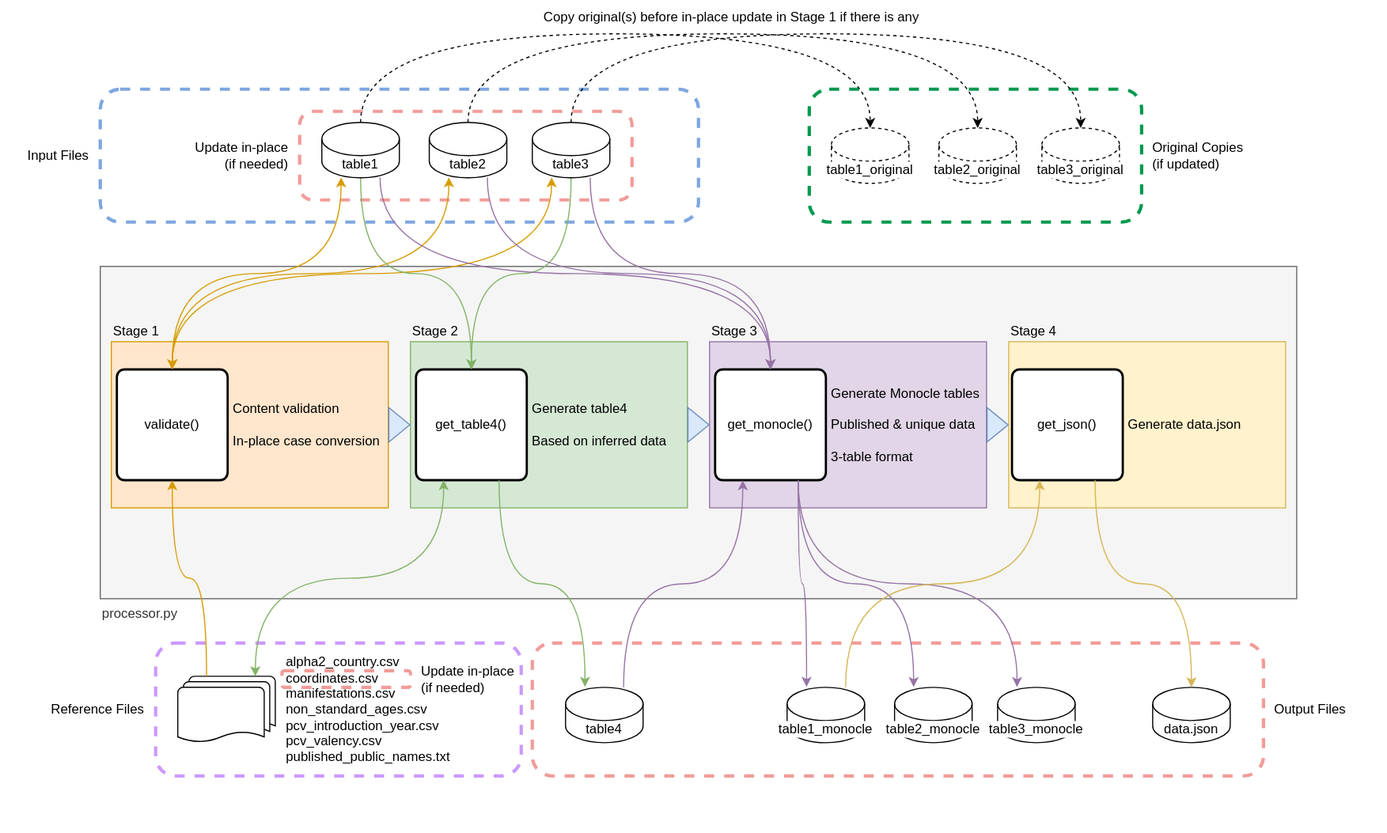
The draw.io diagram doc/workflow.drawio.svg in sanger-bentley-group/gps-database-processor, before a commit. Source tidied: cells renumbered, new cells last; positions are measured from the earlier drawing's top-left corner, leaving out a move shared by most shapes.
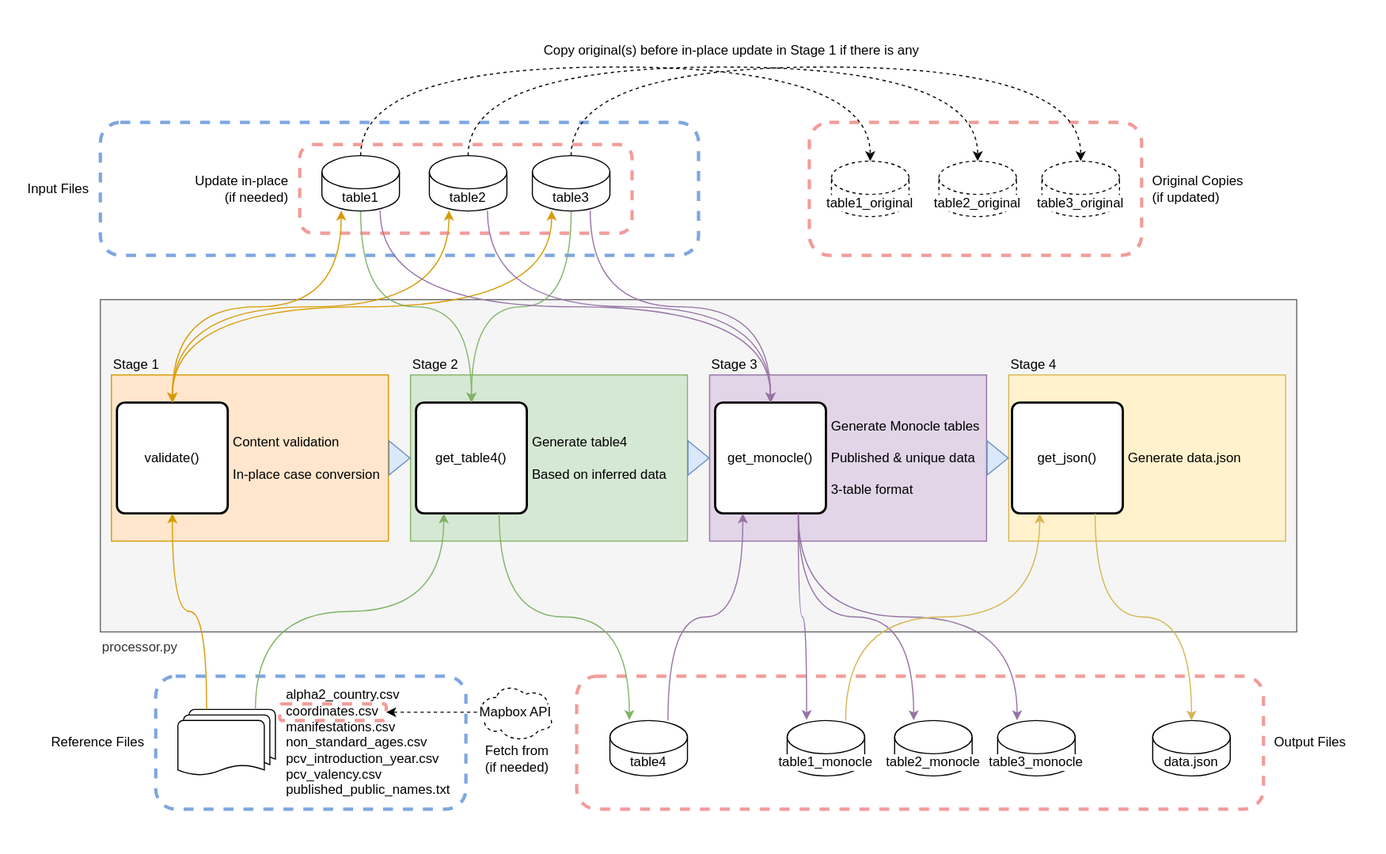
Above is the later version.

Change to the diagram source:
```diff
@@ -3,9 +3,9 @@
     <mxCell id="0" />
     <mxCell id="1" parent="0" />
     <mxCell id="2" style="rounded=0;whiteSpace=wrap;html=1;strokeColor=none;fillColor=default;" parent="1" vertex="1">
-      <mxGeometry width="1250" height="750" as="geometry" />
+      <mxGeometry y="-30" width="1250" height="770" as="geometry" />
     </mxCell>
-    <mxCell id="3" value="Original Copies&lt;br&gt;(if updated)" style="rounded=1;whiteSpace=wrap;html=1;labelBackgroundColor=default;fillStyle=auto;strokeColor=#00994D;fillColor=none;dashed=1;strokeWidth=3;labelPosition=right;verticalLabelPosition=middle;align=left;verticalAlign=middle;spacingLeft=0;spacingRight=0;spacing=10;" parent="1" vertex="1">
+    <mxCell id="3" value="Original Copies&lt;br&gt;(if updated)" style="rounded=1;whiteSpace=wrap;html=1;labelBackgroundColor=default;fillStyle=auto;strokeColor=#F19C99;fillColor=none;dashed=1;strokeWidth=3;labelPosition=right;verticalLabelPosition=middle;align=left;verticalAlign=middle;spacingLeft=0;spacingRight=0;spacing=10;" parent="1" vertex="1">
       <mxGeometry x="730" y="80" width="300" height="120" as="geometry" />
     </mxCell>
     <mxCell id="4" value="processor.py" style="fillColor=#f5f5f5;strokeColor=#666666;align=left;labelPosition=center;verticalLabelPosition=bottom;verticalAlign=top;fontColor=#333333;" parent="1" vertex="1">
@@ -60,7 +60,7 @@
       <mxGeometry x="108" y="47.5" width="142" height="55" as="geometry" />
     </mxCell>
     <mxCell id="21" value="Output Files" style="rounded=1;whiteSpace=wrap;html=1;labelBackgroundColor=default;fillStyle=auto;strokeColor=#F19C99;fillColor=none;dashed=1;strokeWidth=3;labelPosition=right;verticalLabelPosition=middle;align=left;verticalAlign=middle;spacingLeft=0;spacingRight=0;spacing=10;" parent="1" vertex="1">
-      <mxGeometry x="480" y="580" width="660" height="120" as="geometry" />
+      <mxGeometry x="520" y="580" width="620" height="120" as="geometry" />
     </mxCell>
     <mxCell id="22" value="Input Files" style="rounded=1;whiteSpace=wrap;html=1;labelBackgroundColor=default;fillStyle=auto;strokeColor=#7EA6E0;fillColor=none;dashed=1;strokeWidth=3;labelPosition=left;verticalLabelPosition=middle;align=right;verticalAlign=middle;spacingLeft=0;spacingRight=0;spacing=10;" parent="1" vertex="1">
       <mxGeometry x="90" y="80" width="540" height="120" as="geometry" />
@@ -84,7 +84,7 @@
       <mxGeometry relative="1" as="geometry" />
     </mxCell>
     <mxCell id="29" value="table4" style="shape=cylinder3;whiteSpace=wrap;html=1;boundedLbl=1;backgroundOutline=1;size=15;" parent="1" vertex="1">
-      <mxGeometry x="510" y="620" width="70" height="50" as="geometry" />
+      <mxGeometry x="550" y="620" width="70" height="50" as="geometry" />
     </mxCell>
     <mxCell id="30" style="endArrow=classic;html=1;rounded=0;curved=1;exitX=0.75;exitY=1;exitDx=0;exitDy=0;entryX=0.251;entryY=-0.008;entryDx=0;entryDy=0;entryPerimeter=0;edgeStyle=orthogonalEdgeStyle;fillColor=#d5e8d4;strokeColor=#82b366;" parent="1" edge="1" source="15" target="29">
       <mxGeometry relative="1" as="geometry" />
@@ -191,8 +191,8 @@
     <mxCell id="59" value="Copy original(s) before in-place update in Stage 1 if there is any" style="text;html=1;strokeColor=none;fillColor=none;align=center;verticalAlign=middle;whiteSpace=wrap;rounded=0;dashed=1;labelBackgroundColor=none;" parent="1" vertex="1">
       <mxGeometry x="470" width="380" height="30" as="geometry" />
     </mxCell>
-    <mxCell id="60" value="Reference Files&amp;nbsp;" style="rounded=1;whiteSpace=wrap;html=1;labelBackgroundColor=default;fillStyle=auto;strokeColor=#CC99FF;fillColor=none;dashed=1;strokeWidth=3;labelPosition=left;verticalLabelPosition=middle;align=right;verticalAlign=middle;spacingLeft=0;spacingRight=0;spacing=10;" parent="1" vertex="1">
-      <mxGeometry x="140" y="580" width="330" height="120" as="geometry" />
+    <mxCell id="60" value="Reference Files&amp;nbsp;" style="rounded=1;whiteSpace=wrap;html=1;labelBackgroundColor=default;fillStyle=auto;strokeColor=#7EA6E0;fillColor=none;dashed=1;strokeWidth=3;labelPosition=left;verticalLabelPosition=middle;align=right;verticalAlign=middle;spacingLeft=0;spacingRight=0;spacing=10;" parent="1" vertex="1">
+      <mxGeometry x="140" y="580" width="280" height="120" as="geometry" />
     </mxCell>
     <mxCell id="61" value="alpha2_country.csv&lt;br&gt;coordinates.csv&lt;br&gt;manifestations.csv&lt;br&gt;non_standard_ages.csv&lt;br&gt;pcv_introduction_year.csv&lt;br&gt;pcv_valency.csv&lt;br&gt;published_public_names.txt" style="strokeWidth=1;html=1;shape=mxgraph.flowchart.multi-document;whiteSpace=wrap;labelPosition=right;verticalLabelPosition=middle;align=left;verticalAlign=middle;spacing=10;" parent="1" vertex="1">
       <mxGeometry x="160" y="610" width="88" height="60" as="geometry" />
@@ -200,11 +200,22 @@
     <mxCell id="62" style="endArrow=classic;html=1;entryX=0.5;entryY=1;entryDx=0;entryDy=0;exitX=0.295;exitY=0;exitDx=0;exitDy=0;exitPerimeter=0;edgeStyle=orthogonalEdgeStyle;curved=1;strokeColor=#D79B00;" parent="1" edge="1" source="61" target="19">
       <mxGeometry relative="1" as="geometry" />
     </mxCell>
-    <mxCell id="63" style="endArrow=classic;startArrow=classic;html=1;strokeColor=#82B366;curved=1;entryX=0.25;entryY=1;entryDx=0;entryDy=0;exitX=0.795;exitY=0;exitDx=0;exitDy=0;exitPerimeter=0;edgeStyle=orthogonalEdgeStyle;" parent="1" edge="1" source="61" target="15">
+    <mxCell id="63" style="endArrow=classic;startArrow=none;html=1;strokeColor=#82B366;curved=1;entryX=0.25;entryY=1;entryDx=0;entryDy=0;exitX=0.795;exitY=0;exitDx=0;exitDy=0;exitPerimeter=0;edgeStyle=orthogonalEdgeStyle;endFill=1;startFill=0;" parent="1" edge="1" source="61" target="15">
       <mxGeometry relative="1" as="geometry" />
     </mxCell>
-    <mxCell id="64" value="Update in-place&lt;br&gt;(if needed)" style="rounded=1;whiteSpace=wrap;html=1;labelBackgroundColor=default;fillStyle=auto;strokeColor=#F19C99;fillColor=none;dashed=1;strokeWidth=3;labelPosition=right;verticalLabelPosition=middle;align=left;verticalAlign=middle;spacingLeft=0;spacingRight=0;spacing=10;" parent="1" vertex="1">
-      <mxGeometry x="254" y="605" width="116" height="15" as="geometry" />
+    <mxCell id="64" style="rounded=1;whiteSpace=wrap;html=1;labelBackgroundColor=default;fillStyle=auto;strokeColor=#F19C99;fillColor=none;dashed=1;strokeWidth=3;labelPosition=right;verticalLabelPosition=middle;align=left;verticalAlign=middle;spacingLeft=0;spacingRight=0;spacing=10;" parent="1" vertex="1">
+      <mxGeometry x="252" y="605" width="96" height="15" as="geometry" />
     </mxCell>
+    <mxCell id="65" style="edgeStyle=none;html=1;targetPerimeterSpacing=16;entryX=1;entryY=0.5;entryDx=0;entryDy=0;dashed=1;" parent="1" edge="1" source="67" target="64">
+      <mxGeometry relative="1" as="geometry" />
+    </mxCell>
+    <mxCell id="66" value="&lt;span style=&quot;font-size: 12px ; text-align: right&quot;&gt;Fetch from&lt;/span&gt;&lt;br style=&quot;font-size: 12px ; text-align: right&quot;&gt;&lt;span style=&quot;font-size: 12px ; text-align: right&quot;&gt;(if needed)&lt;/span&gt;" style="edgeLabel;html=1;align=center;verticalAlign=bottom;labelPosition=center;verticalLabelPosition=top;labelBackgroundColor=default;" parent="65" vertex="1">
+      <mxGeometry x="-0.56" y="-1" relative="1" as="geometry">
+        <mxPoint x="53" y="59" as="offset" />
+      </mxGeometry>
+    </mxCell>
+    <mxCell id="67" value="Mapbox API" style="ellipse;shape=cloud;whiteSpace=wrap;html=1;labelBackgroundColor=default;dashed=1;" parent="1" vertex="1">
+      <mxGeometry x="430" y="585.8" width="70" height="53.3" as="geometry" />
+    </mxCell>
   </root>
 </mxGraphModel>
```
